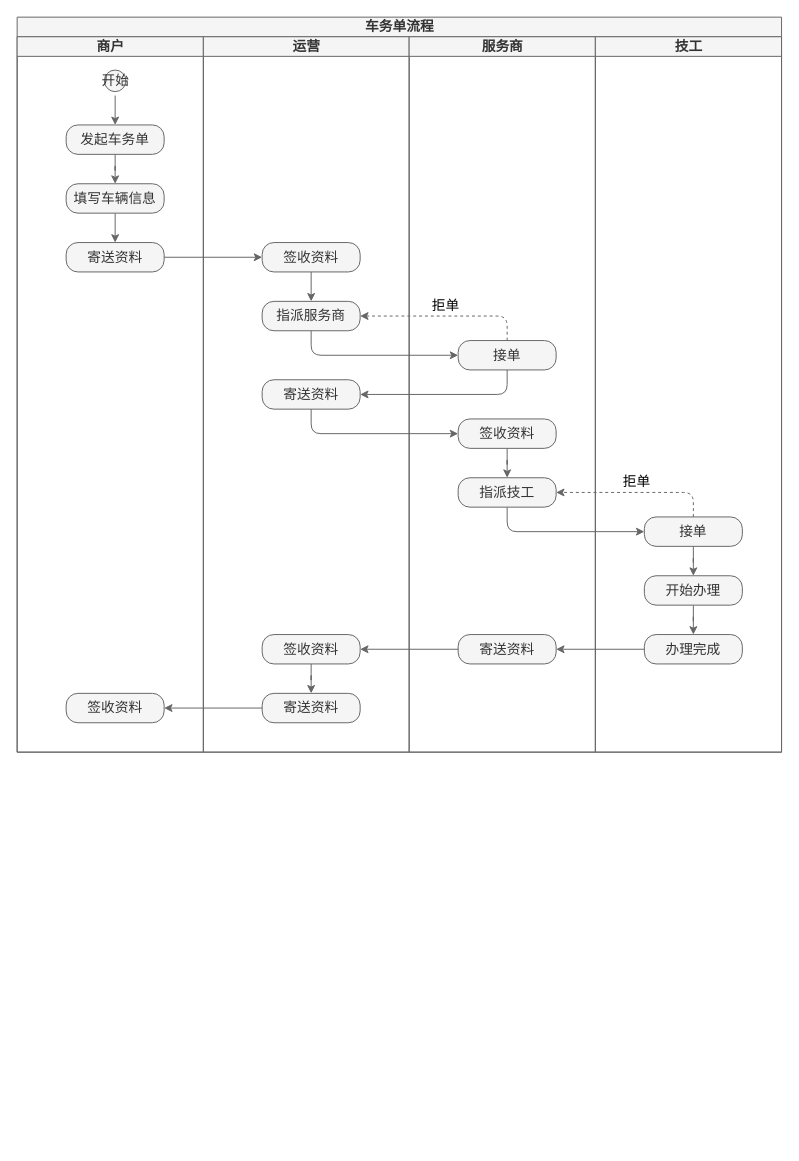
Woobhurk/tyz-pic-repo keeps this draw.io diagram as page "包活干-2.0.0" (2 of 2) of diagram-bao_huo_gan.drawio. Above is the earlier version. Source tidied: cells renumbered, new cells numbered last; positions are measured from the earlier drawing's top-left corner, leaving out a move shared by most shapes. Both pictures are drawn from the tidied source at 98%, with x=0, y=0 at pixel (17, 17).
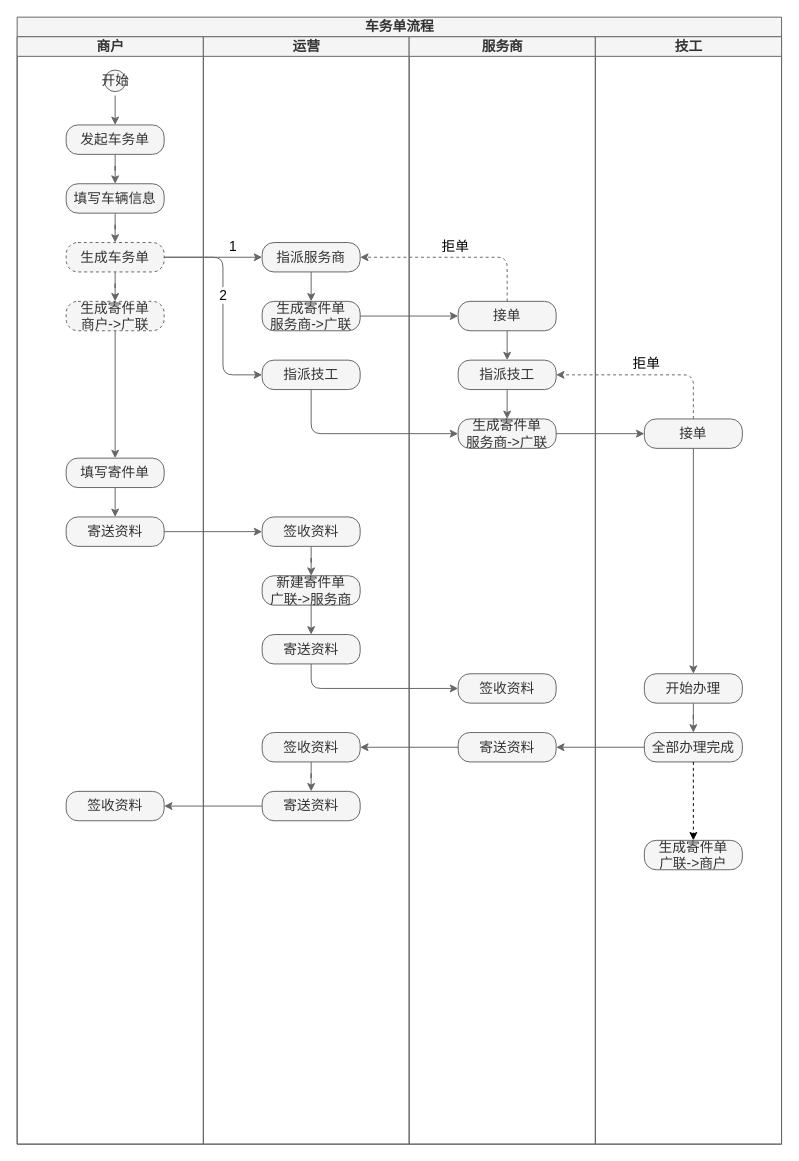
Above is the later version.

The change refers to these unchanged cells:
```xml
<mxCell id="5" value="发起车务单" style="rounded=1;whiteSpace=wrap;html=1;arcSize=40;sketch=0;fontSize=14;fillColor=#f5f5f5;strokeColor=#666666;fontColor=#333333;" parent="3" vertex="1">
  <mxGeometry x="50" y="90" width="100" height="30" as="geometry" />
</mxCell>
<mxCell id="9" value="填写车辆信息" style="rounded=1;whiteSpace=wrap;html=1;arcSize=40;sketch=0;fontSize=14;fillColor=#f5f5f5;strokeColor=#666666;fontColor=#333333;" parent="3" vertex="1">
  <mxGeometry x="50" y="150" width="100" height="30" as="geometry" />
</mxCell>
```

Change to the diagram source:
```diff
@@
     <mxCell id="2" value="车务单流程" style="swimlane;html=1;startSize=20;fontSize=14;fillColor=#f5f5f5;strokeColor=#666666;fontColor=#333333;" parent="1" vertex="1">
-      <mxGeometry width="780" height="750" as="geometry" />
+      <mxGeometry width="780" height="1150" as="geometry" />
     </mxCell>
     <mxCell id="3" value="商户" style="swimlane;html=1;startSize=20;fontSize=14;fillColor=#f5f5f5;strokeColor=#666666;fontColor=#333333;" parent="2" vertex="1">
-      <mxGeometry y="20" width="190" height="730" as="geometry" />
+      <mxGeometry y="20" width="190" height="1130" as="geometry" />
     </mxCell>
@@
-    <mxCell id="7" style="edgeStyle=orthogonalEdgeStyle;rounded=1;sketch=0;jettySize=auto;html=1;startArrow=none;startFill=0;endArrow=classic;endFill=1;fontSize=14;fillColor=#f5f5f5;strokeColor=#666666;" parent="3" edge="1" source="5" target="9">
+    <mxCell id="7" style="edgeStyle=orthogonalEdgeStyle;rounded=1;sketch=0;jettySize=auto;html=1;startArrow=none;startFill=0;endArrow=classic;endFill=1;fontSize=14;fillColor=#f5f5f5;strokeColor=#666666;verticalAlign=bottom;" parent="3" edge="1" source="5" target="9">
       <mxGeometry relative="1" as="geometry" />
     </mxCell>
-    <mxCell id="8" style="edgeStyle=orthogonalEdgeStyle;rounded=1;sketch=0;jettySize=auto;html=1;exitX=0.5;exitY=1;exitDx=0;exitDy=0;entryX=0.5;entryY=0;entryDx=0;entryDy=0;startArrow=none;startFill=0;endArrow=classic;endFill=1;fontSize=14;fillColor=#f5f5f5;strokeColor=#666666;" parent="3" edge="1" source="9" target="10">
-      <mxGeometry relative="1" as="geometry" />
-    </mxCell>
@@
+    <mxCell id="42" style="edgeStyle=orthogonalEdgeStyle;rounded=1;jettySize=auto;html=1;fillColor=#f5f5f5;strokeColor=#666666;fontSize=14;verticalAlign=bottom;" parent="3" edge="1" source="9" target="43">
+      <mxGeometry relative="1" as="geometry" />
+    </mxCell>
+    <mxCell id="43" value="生成车务单" style="rounded=1;whiteSpace=wrap;html=1;arcSize=40;sketch=0;fontSize=14;dashed=1;fillColor=#f5f5f5;strokeColor=#666666;fontColor=#333333;" parent="3" vertex="1">
+      <mxGeometry x="50" y="210" width="100" height="30" as="geometry" />
+    </mxCell>
+    <mxCell id="44" style="edgeStyle=orthogonalEdgeStyle;rounded=1;jettySize=auto;html=1;fillColor=#f5f5f5;strokeColor=#666666;fontSize=14;verticalAlign=bottom;" parent="3" edge="1" source="43" target="46">
+      <mxGeometry relative="1" as="geometry" />
+    </mxCell>
+    <mxCell id="45" style="edgeStyle=orthogonalEdgeStyle;rounded=1;jettySize=auto;html=1;exitX=0.5;exitY=1;exitDx=0;exitDy=0;entryX=0.5;entryY=0;entryDx=0;entryDy=0;fillColor=#f5f5f5;strokeColor=#666666;fontSize=14;verticalAlign=bottom;" parent="3" edge="1" source="46" target="48">
+      <mxGeometry relative="1" as="geometry" />
+    </mxCell>
+    <mxCell id="46" value="生成寄件单&lt;br&gt;商户-&amp;gt;广联" style="rounded=1;whiteSpace=wrap;html=1;arcSize=40;sketch=0;fontSize=14;dashed=1;fillColor=#f5f5f5;strokeColor=#666666;fontColor=#333333;" parent="3" vertex="1">
+      <mxGeometry x="50" y="270" width="100" height="30" as="geometry" />
+    </mxCell>
+    <mxCell id="47" style="edgeStyle=orthogonalEdgeStyle;rounded=1;jettySize=auto;html=1;exitX=0.5;exitY=1;exitDx=0;exitDy=0;entryX=0.5;entryY=0;entryDx=0;entryDy=0;fillColor=#f5f5f5;strokeColor=#666666;fontSize=14;verticalAlign=bottom;" parent="3" edge="1" source="48" target="10">
+      <mxGeometry relative="1" as="geometry" />
+    </mxCell>
     <mxCell id="10" value="寄送资料" style="rounded=1;whiteSpace=wrap;html=1;arcSize=40;sketch=0;fontSize=14;fillColor=#f5f5f5;strokeColor=#666666;fontColor=#333333;" parent="3" vertex="1">
-      <mxGeometry x="50" y="210" width="100" height="30" as="geometry" />
+      <mxGeometry x="50" y="490" width="100" height="30" as="geometry" />
     </mxCell>
+    <mxCell id="48" value="填写寄件单" style="rounded=1;whiteSpace=wrap;html=1;arcSize=40;sketch=0;fontSize=14;fillColor=#f5f5f5;strokeColor=#666666;fontColor=#333333;" parent="3" vertex="1">
+      <mxGeometry x="50" y="430" width="100" height="30" as="geometry" />
+    </mxCell>
     <mxCell id="11" value="签收资料" style="whiteSpace=wrap;html=1;rounded=1;fontSize=14;arcSize=40;sketch=0;fillColor=#f5f5f5;strokeColor=#666666;fontColor=#333333;" parent="3" vertex="1">
-      <mxGeometry x="50" y="670" width="100" height="30" as="geometry" />
+      <mxGeometry x="50" y="770" width="100" height="30" as="geometry" />
     </mxCell>
+    <mxCell id="23" style="edgeStyle=orthogonalEdgeStyle;rounded=1;sketch=0;jettySize=auto;html=1;startArrow=none;startFill=0;endArrow=classic;endFill=1;fontSize=14;entryX=0;entryY=0.5;entryDx=0;entryDy=0;exitX=0.5;exitY=1;exitDx=0;exitDy=0;fillColor=#f5f5f5;strokeColor=#666666;verticalAlign=bottom;" parent="2" edge="1" source="16" target="30">
+      <mxGeometry relative="1" as="geometry" />
+    </mxCell>
+    <mxCell id="41" style="html=1;verticalAlign=bottom;endArrow=classic;fontSize=14;startArrow=none;startFill=0;endFill=1;edgeStyle=orthogonalEdgeStyle;rounded=1;fillColor=#f5f5f5;strokeColor=#666666;" parent="2" edge="1" source="10" target="14">
+      <mxGeometry relative="1" as="geometry" />
+    </mxCell>
     <mxCell id="12" value="运营" style="swimlane;html=1;startSize=20;fontSize=14;fillColor=#f5f5f5;strokeColor=#666666;fontColor=#333333;" parent="2" vertex="1">
-      <mxGeometry x="190" y="20" width="210" height="730" as="geometry" />
+      <mxGeometry x="190" y="20" width="210" height="1130" as="geometry" />
     </mxCell>
+    <mxCell id="49" style="edgeStyle=orthogonalEdgeStyle;rounded=1;jettySize=auto;html=1;exitX=0.5;exitY=1;exitDx=0;exitDy=0;entryX=0.5;entryY=0;entryDx=0;entryDy=0;fillColor=#f5f5f5;strokeColor=#666666;fontSize=14;verticalAlign=bottom;" parent="12" edge="1" source="13" target="50">
+      <mxGeometry relative="1" as="geometry" />
+    </mxCell>
     <mxCell id="13" value="指派服务商" style="rounded=1;whiteSpace=wrap;html=1;arcSize=40;sketch=0;fontSize=14;fillColor=#f5f5f5;strokeColor=#666666;fontColor=#333333;" parent="12" vertex="1">
-      <mxGeometry x="60" y="270" width="100" height="30" as="geometry" />
+      <mxGeometry x="60" y="210" width="100" height="30" as="geometry" />
     </mxCell>
+    <mxCell id="50" value="生成寄件单&lt;br&gt;服务商-&amp;gt;广联" style="whiteSpace=wrap;html=1;rounded=1;fontSize=14;arcSize=40;sketch=0;fillColor=#f5f5f5;strokeColor=#666666;fontColor=#333333;" parent="12" vertex="1">
+      <mxGeometry x="60" y="270" width="100" height="30" as="geometry" />
+    </mxCell>
+    <mxCell id="51" value="指派技工" style="rounded=1;whiteSpace=wrap;html=1;arcSize=40;sketch=0;fontSize=14;fillColor=#f5f5f5;strokeColor=#666666;fontColor=#333333;" parent="12" vertex="1">
+      <mxGeometry x="60" y="330" width="100" height="30" as="geometry" />
+    </mxCell>
+    <mxCell id="52" style="edgeStyle=orthogonalEdgeStyle;rounded=1;jettySize=auto;html=1;fillColor=#f5f5f5;strokeColor=#666666;fontSize=14;verticalAlign=bottom;" parent="12" edge="1" source="14" target="54">
+      <mxGeometry relative="1" as="geometry" />
+    </mxCell>
+    <mxCell id="53" style="edgeStyle=orthogonalEdgeStyle;rounded=1;jettySize=auto;html=1;exitX=0.5;exitY=1;exitDx=0;exitDy=0;entryX=0.5;entryY=0;entryDx=0;entryDy=0;fillColor=#f5f5f5;strokeColor=#666666;fontSize=14;verticalAlign=bottom;" parent="12" edge="1" source="54" target="16">
+      <mxGeometry relative="1" as="geometry" />
+    </mxCell>
+    <mxCell id="54" value="新建寄件单&lt;br&gt;广联-&amp;gt;服务商" style="rounded=1;whiteSpace=wrap;html=1;arcSize=40;sketch=0;fontSize=14;fillColor=#f5f5f5;strokeColor=#666666;fontColor=#333333;" parent="12" vertex="1">
+      <mxGeometry x="60" y="550" width="100" height="30" as="geometry" />
+    </mxCell>
     <mxCell id="14" value="签收资料" style="rounded=1;whiteSpace=wrap;html=1;arcSize=40;sketch=0;fontSize=14;fillColor=#f5f5f5;strokeColor=#666666;fontColor=#333333;" parent="12" vertex="1">
-      <mxGeometry x="60" y="210" width="100" height="30" as="geometry" />
+      <mxGeometry x="60" y="490" width="100" height="30" as="geometry" />
     </mxCell>
-    <mxCell id="15" style="html=1;verticalAlign=bottom;endArrow=classic;fontSize=14;startArrow=none;startFill=0;endFill=1;edgeStyle=orthogonalEdgeStyle;rounded=1;fillColor=#f5f5f5;strokeColor=#666666;" parent="12" edge="1" source="14" target="13">
-      <mxGeometry relative="1" as="geometry" />
-    </mxCell>
     <mxCell id="16" value="寄送资料" style="whiteSpace=wrap;html=1;rounded=1;fontSize=14;arcSize=40;sketch=0;fillColor=#f5f5f5;strokeColor=#666666;fontColor=#333333;" parent="12" vertex="1">
-      <mxGeometry x="60" y="350" width="100" height="30" as="geometry" />
+      <mxGeometry x="60" y="610" width="100" height="30" as="geometry" />
     </mxCell>
     <mxCell id="17" value="签收资料" style="whiteSpace=wrap;html=1;rounded=1;fontSize=14;arcSize=40;sketch=0;fillColor=#f5f5f5;strokeColor=#666666;fontColor=#333333;" parent="12" vertex="1">
-      <mxGeometry x="60" y="610" width="100" height="30" as="geometry" />
+      <mxGeometry x="60" y="710" width="100" height="30" as="geometry" />
     </mxCell>
-    <mxCell id="18" style="edgeStyle=orthogonalEdgeStyle;rounded=1;sketch=0;jettySize=auto;html=1;startArrow=none;startFill=0;endArrow=classic;endFill=1;fontSize=14;fillColor=#f5f5f5;strokeColor=#666666;" parent="12" edge="1" source="17" target="19">
+    <mxCell id="18" style="edgeStyle=orthogonalEdgeStyle;rounded=1;sketch=0;jettySize=auto;html=1;startArrow=none;startFill=0;endArrow=classic;endFill=1;fontSize=14;fillColor=#f5f5f5;strokeColor=#666666;verticalAlign=bottom;" parent="12" edge="1" source="17" target="19">
       <mxGeometry relative="1" as="geometry" />
     </mxCell>
     <mxCell id="19" value="寄送资料" style="whiteSpace=wrap;html=1;rounded=1;fontSize=14;arcSize=40;sketch=0;fillColor=#f5f5f5;strokeColor=#666666;fontColor=#333333;" parent="12" vertex="1">
-      <mxGeometry x="60" y="670" width="100" height="30" as="geometry" />
+      <mxGeometry x="60" y="770" width="100" height="30" as="geometry" />
     </mxCell>
-    <mxCell id="20" style="rounded=1;sketch=0;jettySize=auto;html=1;fontSize=14;startArrow=none;startFill=0;endArrow=classic;endFill=1;edgeStyle=orthogonalEdgeStyle;entryX=0;entryY=0.5;entryDx=0;entryDy=0;exitX=0.5;exitY=1;exitDx=0;exitDy=0;fillColor=#f5f5f5;strokeColor=#666666;verticalAlign=bottom;" parent="2" edge="1" source="13" target="31">
-      <mxGeometry relative="1" as="geometry" />
-    </mxCell>
-    <mxCell id="21" style="edgeStyle=orthogonalEdgeStyle;rounded=1;sketch=0;jettySize=auto;html=1;startArrow=none;startFill=0;endArrow=classic;endFill=1;fontSize=14;exitX=0.5;exitY=1;exitDx=0;exitDy=0;entryX=0;entryY=0.5;entryDx=0;entryDy=0;fillColor=#f5f5f5;strokeColor=#666666;verticalAlign=bottom;" parent="2" edge="1" source="32" target="36">
-      <mxGeometry relative="1" as="geometry" />
-    </mxCell>
-    <mxCell id="22" style="edgeStyle=orthogonalEdgeStyle;rounded=1;sketch=0;jettySize=auto;html=1;startArrow=none;startFill=0;endArrow=classic;endFill=1;fontSize=14;exitX=0.5;exitY=1;exitDx=0;exitDy=0;entryX=1;entryY=0.5;entryDx=0;entryDy=0;fillColor=#f5f5f5;strokeColor=#666666;verticalAlign=bottom;" parent="2" edge="1" source="31" target="16">
-      <mxGeometry relative="1" as="geometry" />
-    </mxCell>
-    <mxCell id="23" style="edgeStyle=orthogonalEdgeStyle;rounded=1;sketch=0;jettySize=auto;html=1;startArrow=none;startFill=0;endArrow=classic;endFill=1;fontSize=14;entryX=0;entryY=0.5;entryDx=0;entryDy=0;exitX=0.5;exitY=1;exitDx=0;exitDy=0;fillColor=#f5f5f5;strokeColor=#666666;verticalAlign=bottom;" parent="2" edge="1" source="16" target="30">
-      <mxGeometry relative="1" as="geometry" />
-    </mxCell>
-    <mxCell id="24" value="拒单" style="edgeStyle=orthogonalEdgeStyle;rounded=1;sketch=0;jettySize=auto;html=1;exitX=0.5;exitY=0;exitDx=0;exitDy=0;entryX=1;entryY=0.5;entryDx=0;entryDy=0;startArrow=none;startFill=0;endArrow=classic;endFill=1;fontSize=14;fillColor=#f5f5f5;strokeColor=#666666;dashed=1;verticalAlign=bottom;" parent="2" edge="1" source="31" target="13">
+    <mxCell id="24" value="拒单" style="edgeStyle=orthogonalEdgeStyle;rounded=1;sketch=0;jettySize=auto;html=1;exitX=0.5;exitY=0;exitDx=0;exitDy=0;entryX=1;entryY=0.5;entryDx=0;entryDy=0;startArrow=none;startFill=0;endArrow=classic;endFill=1;fontSize=14;fillColor=#f5f5f5;strokeColor=#666666;verticalAlign=bottom;dashed=1;" parent="2" edge="1" source="31" target="13">
       <mxGeometry relative="1" as="geometry" />
     </mxCell>
-    <mxCell id="25" value="拒单" style="edgeStyle=orthogonalEdgeStyle;rounded=1;sketch=0;jettySize=auto;html=1;exitX=0.5;exitY=0;exitDx=0;exitDy=0;entryX=1;entryY=0.5;entryDx=0;entryDy=0;startArrow=none;startFill=0;endArrow=classic;endFill=1;fontSize=14;fillColor=#f5f5f5;strokeColor=#666666;dashed=1;verticalAlign=bottom;" parent="2" edge="1" source="36" target="32">
+    <mxCell id="25" value="拒单" style="edgeStyle=orthogonalEdgeStyle;rounded=1;sketch=0;jettySize=auto;html=1;exitX=0.5;exitY=0;exitDx=0;exitDy=0;entryX=1;entryY=0.5;entryDx=0;entryDy=0;startArrow=none;startFill=0;endArrow=classic;endFill=1;fontSize=14;fillColor=#f5f5f5;strokeColor=#666666;verticalAlign=bottom;dashed=1;" parent="2" edge="1" source="36" target="32">
       <mxGeometry relative="1" as="geometry" />
     </mxCell>
-    <mxCell id="26" style="edgeStyle=orthogonalEdgeStyle;rounded=1;sketch=0;jettySize=auto;html=1;startArrow=none;startFill=0;endArrow=classic;endFill=1;fontSize=14;fillColor=#f5f5f5;strokeColor=#666666;verticalAlign=bottom;" parent="2" edge="1" source="40" target="29">
-      <mxGeometry relative="1" as="geometry" />
-    </mxCell>
     <mxCell id="27" value="服务商" style="swimlane;html=1;startSize=20;fontSize=14;fillColor=#f5f5f5;strokeColor=#666666;fontColor=#333333;" parent="2" vertex="1">
-      <mxGeometry x="400" y="20" width="190" height="730" as="geometry" />
+      <mxGeometry x="400" y="20" width="190" height="1130" as="geometry" />
     </mxCell>
-    <mxCell id="28" style="edgeStyle=orthogonalEdgeStyle;rounded=1;sketch=0;jettySize=auto;html=1;exitX=0.5;exitY=1;exitDx=0;exitDy=0;startArrow=none;startFill=0;endArrow=classic;endFill=1;fontSize=14;fillColor=#f5f5f5;strokeColor=#666666;verticalAlign=bottom;" parent="27" edge="1" source="30" target="32">
-      <mxGeometry relative="1" as="geometry" />
-    </mxCell>
+    <mxCell id="55" style="edgeStyle=orthogonalEdgeStyle;rounded=1;jettySize=auto;html=1;exitX=0.5;exitY=1;exitDx=0;exitDy=0;entryX=0.5;entryY=0;entryDx=0;entryDy=0;fillColor=#f5f5f5;strokeColor=#666666;fontSize=14;verticalAlign=bottom;" parent="27" edge="1" source="31" target="32">
+      <mxGeometry relative="1" as="geometry" />
+    </mxCell>
+    <mxCell id="31" value="接单" style="whiteSpace=wrap;html=1;rounded=1;fontSize=14;arcSize=40;sketch=0;fillColor=#f5f5f5;strokeColor=#666666;fontColor=#333333;" parent="27" vertex="1">
+      <mxGeometry x="50" y="270" width="100" height="30" as="geometry" />
+    </mxCell>
+    <mxCell id="56" style="edgeStyle=orthogonalEdgeStyle;rounded=1;jettySize=auto;html=1;exitX=0.5;exitY=1;exitDx=0;exitDy=0;entryX=0.5;entryY=0;entryDx=0;entryDy=0;fillColor=#f5f5f5;strokeColor=#666666;fontSize=14;verticalAlign=bottom;" parent="27" edge="1" source="32" target="57">
+      <mxGeometry relative="1" as="geometry" />
+    </mxCell>
+    <mxCell id="32" value="指派技工" style="whiteSpace=wrap;html=1;rounded=1;fontSize=14;arcSize=40;sketch=0;fillColor=#f5f5f5;strokeColor=#666666;fontColor=#333333;" parent="27" vertex="1">
+      <mxGeometry x="50" y="330" width="100" height="30" as="geometry" />
+    </mxCell>
+    <mxCell id="57" value="生成寄件单&lt;br&gt;服务商-&amp;gt;广联" style="whiteSpace=wrap;html=1;rounded=1;fontSize=14;arcSize=40;sketch=0;fillColor=#f5f5f5;strokeColor=#666666;fontColor=#333333;" parent="27" vertex="1">
+      <mxGeometry x="50" y="390" width="100" height="30" as="geometry" />
+    </mxCell>
+    <mxCell id="30" value="签收资料" style="whiteSpace=wrap;html=1;rounded=1;fontSize=14;arcSize=40;sketch=0;fillColor=#f5f5f5;strokeColor=#666666;fontColor=#333333;" parent="27" vertex="1">
+      <mxGeometry x="50" y="650" width="100" height="30" as="geometry" />
+    </mxCell>
     <mxCell id="29" value="寄送资料" style="whiteSpace=wrap;html=1;rounded=1;fontSize=14;arcSize=40;sketch=0;fillColor=#f5f5f5;strokeColor=#666666;fontColor=#333333;" parent="27" vertex="1">
-      <mxGeometry x="50" y="610" width="100" height="30" as="geometry" />
+      <mxGeometry x="50" y="710" width="100" height="30" as="geometry" />
     </mxCell>
-    <mxCell id="30" value="签收资料" style="whiteSpace=wrap;html=1;rounded=1;fontSize=14;arcSize=40;sketch=0;fillColor=#f5f5f5;strokeColor=#666666;fontColor=#333333;" parent="27" vertex="1">
-      <mxGeometry x="50" y="390" width="100" height="30" as="geometry" />
-    </mxCell>
-    <mxCell id="31" value="接单" style="whiteSpace=wrap;html=1;rounded=1;fontSize=14;arcSize=40;sketch=0;fillColor=#f5f5f5;strokeColor=#666666;fontColor=#333333;" parent="27" vertex="1">
-      <mxGeometry x="50" y="310" width="100" height="30" as="geometry" />
-    </mxCell>
-    <mxCell id="32" value="指派技工" style="whiteSpace=wrap;html=1;rounded=1;fontSize=14;arcSize=40;sketch=0;fillColor=#f5f5f5;strokeColor=#666666;fontColor=#333333;" parent="27" vertex="1">
-      <mxGeometry x="50" y="450" width="100" height="30" as="geometry" />
-    </mxCell>
-    <mxCell id="33" style="edgeStyle=orthogonalEdgeStyle;rounded=1;sketch=0;jettySize=auto;html=1;startArrow=none;startFill=0;endArrow=classic;endFill=1;fontSize=14;fillColor=#f5f5f5;strokeColor=#666666;verticalAlign=bottom;" parent="2" edge="1" source="29" target="17">
-      <mxGeometry relative="1" as="geometry" />
-    </mxCell>
-    <mxCell id="34" style="edgeStyle=orthogonalEdgeStyle;rounded=1;sketch=0;jettySize=auto;html=1;startArrow=none;startFill=0;endArrow=classic;endFill=1;fontSize=14;fillColor=#f5f5f5;strokeColor=#666666;" parent="2" edge="1" source="19" target="11">
-      <mxGeometry relative="1" as="geometry" />
-    </mxCell>
     <mxCell id="35" value="技工" style="swimlane;html=1;startSize=20;fontSize=14;fillColor=#f5f5f5;strokeColor=#666666;fontColor=#333333;" parent="2" vertex="1">
-      <mxGeometry x="590" y="20" width="190" height="730" as="geometry" />
+      <mxGeometry x="590" y="20" width="190" height="1130" as="geometry" />
     </mxCell>
+    <mxCell id="37" style="edgeStyle=orthogonalEdgeStyle;rounded=1;sketch=0;jettySize=auto;html=1;startArrow=none;startFill=0;endArrow=classic;endFill=1;fontSize=14;fillColor=#f5f5f5;strokeColor=#666666;verticalAlign=bottom;" parent="35" edge="1" source="36" target="39">
+      <mxGeometry relative="1" as="geometry" />
+    </mxCell>
     <mxCell id="36" value="接单" style="whiteSpace=wrap;html=1;rounded=1;fontSize=14;arcSize=40;sketch=0;fillColor=#f5f5f5;strokeColor=#666666;fontColor=#333333;" parent="35" vertex="1">
-      <mxGeometry x="50" y="490" width="100" height="30" as="geometry" />
+      <mxGeometry x="50" y="390" width="100" height="30" as="geometry" />
     </mxCell>
-    <mxCell id="37" style="edgeStyle=orthogonalEdgeStyle;rounded=1;sketch=0;jettySize=auto;html=1;startArrow=none;startFill=0;endArrow=classic;endFill=1;fontSize=14;fillColor=#f5f5f5;strokeColor=#666666;verticalAlign=bottom;" parent="35" edge="1" source="36" target="39">
-      <mxGeometry relative="1" as="geometry" />
-    </mxCell>
@@
     <mxCell id="39" value="开始办理" style="whiteSpace=wrap;html=1;rounded=1;fontSize=14;arcSize=40;sketch=0;fillColor=#f5f5f5;strokeColor=#666666;fontColor=#333333;" parent="35" vertex="1">
-      <mxGeometry x="50" y="550" width="100" height="30" as="geometry" />
+      <mxGeometry x="50" y="650" width="100" height="30" as="geometry" />
     </mxCell>
-    <mxCell id="40" value="办理完成" style="whiteSpace=wrap;html=1;rounded=1;fontSize=14;arcSize=40;sketch=0;fillColor=#f5f5f5;strokeColor=#666666;fontColor=#333333;" parent="35" vertex="1">
-      <mxGeometry x="50" y="610" width="100" height="30" as="geometry" />
+    <mxCell id="40" value="全部办理完成" style="whiteSpace=wrap;html=1;rounded=1;fontSize=14;arcSize=40;sketch=0;fillColor=#f5f5f5;strokeColor=#666666;fontColor=#333333;" parent="35" vertex="1">
+      <mxGeometry x="50" y="710" width="100" height="30" as="geometry" />
     </mxCell>
-    <mxCell id="41" style="html=1;verticalAlign=bottom;endArrow=classic;fontSize=14;startArrow=none;startFill=0;endFill=1;edgeStyle=orthogonalEdgeStyle;rounded=1;fillColor=#f5f5f5;strokeColor=#666666;" parent="2" edge="1" source="10" target="14">
-      <mxGeometry relative="1" as="geometry" />
-    </mxCell>
+    <mxCell id="58" value="1" style="edgeStyle=orthogonalEdgeStyle;rounded=1;jettySize=auto;html=1;exitX=1;exitY=0.5;exitDx=0;exitDy=0;entryX=0;entryY=0.5;entryDx=0;entryDy=0;fillColor=#f5f5f5;strokeColor=#666666;fontSize=14;verticalAlign=bottom;" parent="2" edge="1" source="43" target="13">
+      <mxGeometry x="0.4" relative="1" as="geometry" />
+    </mxCell>
+    <mxCell id="59" value="2" style="edgeStyle=orthogonalEdgeStyle;rounded=1;jettySize=auto;html=1;exitX=1;exitY=0.5;exitDx=0;exitDy=0;entryX=0;entryY=0.5;entryDx=0;entryDy=0;fillColor=#f5f5f5;strokeColor=#666666;fontSize=14;verticalAlign=bottom;" parent="2" edge="1" source="43" target="51">
+      <mxGeometry relative="1" as="geometry">
+        <Array as="points">
+          <mxPoint x="210" y="245" />
+          <mxPoint x="210" y="365" />
+        </Array>
+      </mxGeometry>
+    </mxCell>
+    <mxCell id="60" style="edgeStyle=orthogonalEdgeStyle;rounded=1;jettySize=auto;html=1;exitX=1;exitY=0.5;exitDx=0;exitDy=0;entryX=0;entryY=0.5;entryDx=0;entryDy=0;fillColor=#f5f5f5;strokeColor=#666666;fontSize=14;verticalAlign=bottom;" parent="2" edge="1" source="50" target="31">
+      <mxGeometry relative="1" as="geometry" />
+    </mxCell>
+    <mxCell id="61" style="edgeStyle=orthogonalEdgeStyle;rounded=1;jettySize=auto;html=1;exitX=1;exitY=0.5;exitDx=0;exitDy=0;entryX=0;entryY=0.5;entryDx=0;entryDy=0;fillColor=#f5f5f5;strokeColor=#666666;fontSize=14;verticalAlign=bottom;" parent="2" edge="1" source="57" target="36">
+      <mxGeometry relative="1" as="geometry" />
+    </mxCell>
+    <mxCell id="62" style="edgeStyle=orthogonalEdgeStyle;rounded=1;jettySize=auto;html=1;exitX=0.5;exitY=1;exitDx=0;exitDy=0;entryX=0;entryY=0.5;entryDx=0;entryDy=0;fillColor=#f5f5f5;strokeColor=#666666;fontSize=14;verticalAlign=bottom;" parent="2" edge="1" source="51" target="57">
+      <mxGeometry relative="1" as="geometry" />
+    </mxCell>
+    <mxCell id="26" style="edgeStyle=orthogonalEdgeStyle;rounded=1;sketch=0;jettySize=auto;html=1;startArrow=none;startFill=0;endArrow=classic;endFill=1;fontSize=14;fillColor=#f5f5f5;strokeColor=#666666;verticalAlign=bottom;" parent="2" edge="1" source="40" target="29">
+      <mxGeometry relative="1" as="geometry" />
+    </mxCell>
+    <mxCell id="33" style="edgeStyle=orthogonalEdgeStyle;rounded=1;sketch=0;jettySize=auto;html=1;startArrow=none;startFill=0;endArrow=classic;endFill=1;fontSize=14;fillColor=#f5f5f5;strokeColor=#666666;verticalAlign=bottom;" parent="2" edge="1" source="29" target="17">
+      <mxGeometry relative="1" as="geometry" />
+    </mxCell>
+    <mxCell id="34" style="edgeStyle=orthogonalEdgeStyle;rounded=1;sketch=0;jettySize=auto;html=1;startArrow=none;startFill=0;endArrow=classic;endFill=1;fontSize=14;fillColor=#f5f5f5;strokeColor=#666666;verticalAlign=bottom;" parent="2" edge="1" source="19" target="11">
+      <mxGeometry relative="1" as="geometry" />
+    </mxCell>
+    <mxCell id="63" value="生成寄件单&lt;br&gt;广联-&amp;gt;商户" style="whiteSpace=wrap;html=1;rounded=1;fontSize=14;arcSize=40;sketch=0;fillColor=#f5f5f5;strokeColor=#666666;fontColor=#333333;" parent="1" vertex="1">
+      <mxGeometry x="640" y="840" width="100" height="30" as="geometry" />
+    </mxCell>
+    <mxCell id="64" style="edgeStyle=orthogonalEdgeStyle;rounded=1;jettySize=auto;html=1;dashed=1;fontSize=14;" parent="1" edge="1" source="40" target="63">
+      <mxGeometry relative="1" as="geometry" />
+    </mxCell>
```
